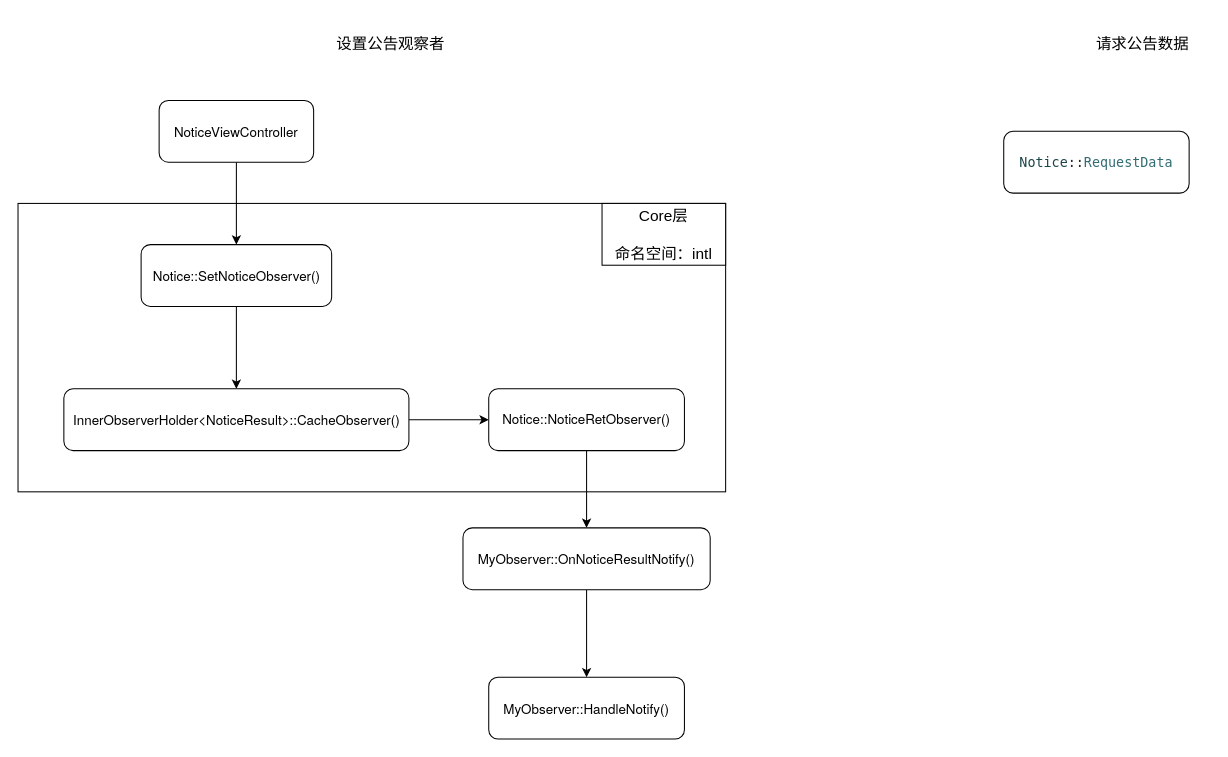
This is INTL SDK Notice Module.drawio from star-j/Flowchart, a draw.io file, before an edit. Source tidied: cells renumbered, new cells numbered last; positions are measured from the earlier drawing's top-left corner, leaving out a move shared by most shapes. Both pictures are drawn from the tidied source at 103%, with x=0, y=0 at pixel (18, 18).
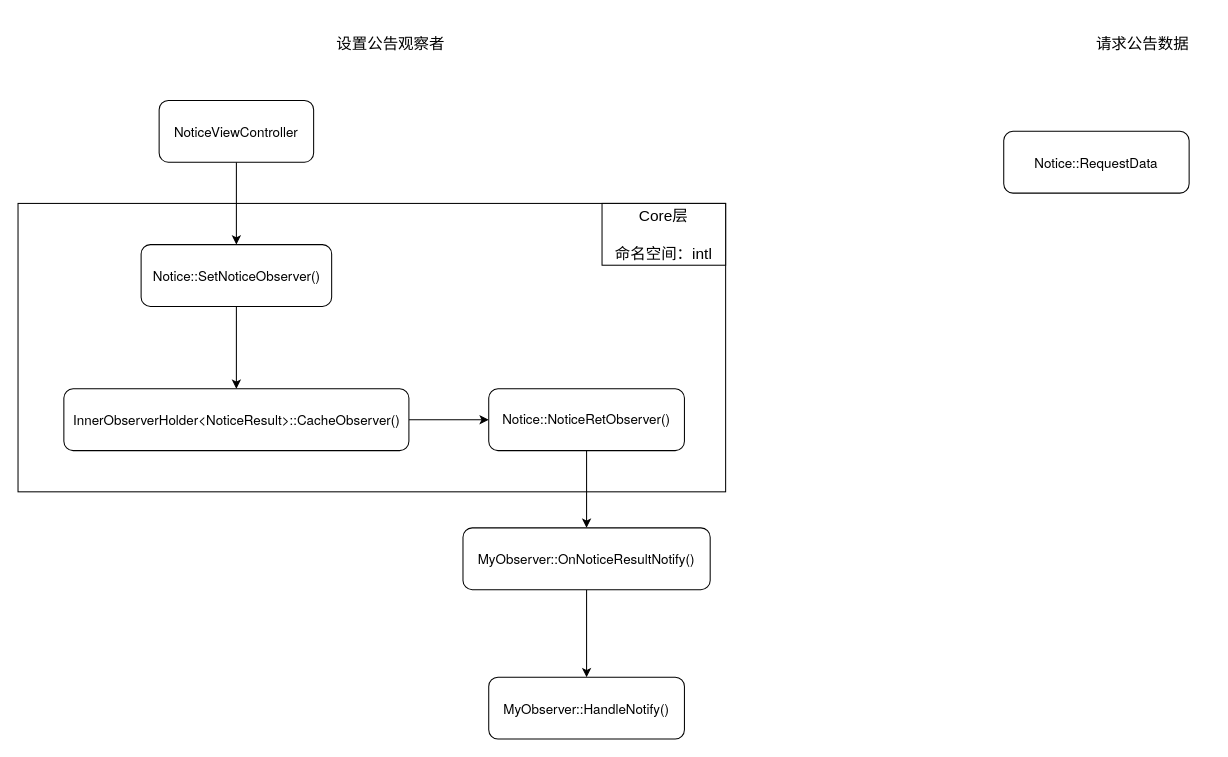
Above is the later version.

What changed in the source:
```diff
@@
 <mxGraphModel>
   <root>
     <mxCell id="0" />
     <mxCell id="1" parent="0" />
     <mxCell id="2" style="group;" parent="1" vertex="1">
       <mxGeometry y="180" width="687" height="280" as="geometry" />
     </mxCell>
     <mxCell id="3" style="rounded=0;whiteSpace=wrap;html=1;" parent="2" vertex="1">
       <mxGeometry width="687" height="280" as="geometry" />
     </mxCell>
     <mxCell id="4" value="&lt;font style=&quot;font-size: 15px&quot;&gt;Core层&lt;br&gt;&lt;br&gt;命名空间：intl&lt;/font&gt;" style="rounded=0;whiteSpace=wrap;html=1;" parent="2" vertex="1">
       <mxGeometry x="567" width="120" height="60" as="geometry" />
     </mxCell>
     <mxCell id="5" style="edgeStyle=orthogonalEdgeStyle;rounded=0;jettySize=auto;html=1;" parent="1" edge="1" source="6" target="8">
       <mxGeometry relative="1" as="geometry" />
     </mxCell>
     <mxCell id="6" value="&lt;p style=&quot;margin: 0px ; font-stretch: normal ; font-size: 13px ; line-height: normal ; font-family: &amp;#34;helvetica neue&amp;#34;&quot;&gt;NoticeViewController&lt;/p&gt;" style="rounded=1;whiteSpace=wrap;html=1;" parent="1" vertex="1">
       <mxGeometry x="137" y="80" width="150" height="60" as="geometry" />
     </mxCell>
     <mxCell id="7" style="edgeStyle=orthogonalEdgeStyle;rounded=0;jettySize=auto;html=1;" parent="1" edge="1" source="8" target="10">
       <mxGeometry relative="1" as="geometry" />
     </mxCell>
     <mxCell id="8" value="&lt;p style=&quot;margin: 0px ; font-stretch: normal ; font-size: 13px ; line-height: normal ; font-family: &amp;#34;helvetica neue&amp;#34;&quot;&gt;Notice::SetNoticeObserver()&lt;/p&gt;" style="whiteSpace=wrap;html=1;rounded=1;" parent="1" vertex="1">
       <mxGeometry x="119.5" y="220" width="185" height="60" as="geometry" />
     </mxCell>
     <mxCell id="9" style="edgeStyle=orthogonalEdgeStyle;rounded=0;jettySize=auto;html=1;" parent="1" edge="1" source="10" target="12">
       <mxGeometry relative="1" as="geometry" />
     </mxCell>
     <mxCell id="10" value="&lt;p style=&quot;margin: 0px ; font-stretch: normal ; font-size: 13px ; line-height: normal ; font-family: &amp;#34;helvetica neue&amp;#34;&quot;&gt;InnerObserverHolder&amp;lt;NoticeResult&amp;gt;::CacheObserver()&lt;/p&gt;" style="whiteSpace=wrap;html=1;rounded=1;" parent="1" vertex="1">
       <mxGeometry x="44.5" y="360" width="335" height="60" as="geometry" />
     </mxCell>
     <mxCell id="11" style="edgeStyle=orthogonalEdgeStyle;rounded=0;jettySize=auto;html=1;" parent="1" edge="1" source="12" target="14">
       <mxGeometry relative="1" as="geometry" />
     </mxCell>
     <mxCell id="12" value="&lt;span style=&quot;font-family: &amp;#34;helvetica neue&amp;#34; ; font-size: 13px&quot;&gt;Notice::NoticeRetObserver()&lt;/span&gt;" style="whiteSpace=wrap;html=1;rounded=1;" parent="1" vertex="1">
       <mxGeometry x="457" y="360" width="190" height="60" as="geometry" />
     </mxCell>
     <mxCell id="13" style="edgeStyle=orthogonalEdgeStyle;rounded=0;jettySize=auto;html=1;" parent="1" edge="1" source="14" target="15">
       <mxGeometry relative="1" as="geometry" />
     </mxCell>
     <mxCell id="14" value="&lt;p style=&quot;margin: 0px ; font-stretch: normal ; font-size: 13px ; line-height: normal ; font-family: &amp;#34;helvetica neue&amp;#34;&quot;&gt;MyObserver::OnNoticeResultNotify()&lt;/p&gt;" style="whiteSpace=wrap;html=1;rounded=1;" parent="1" vertex="1">
       <mxGeometry x="432" y="495" width="240" height="60" as="geometry" />
     </mxCell>
     <mxCell id="15" value="&lt;p style=&quot;margin: 0px ; font-stretch: normal ; font-size: 13px ; line-height: normal ; font-family: &amp;#34;helvetica neue&amp;#34;&quot;&gt;MyObserver::HandleNotify()&lt;/p&gt;" style="whiteSpace=wrap;html=1;rounded=1;" parent="1" vertex="1">
       <mxGeometry x="457" y="640" width="190" height="60" as="geometry" />
     </mxCell>
     <mxCell id="16" value="设置公告观察者" style="text;html=1;strokeColor=none;fillColor=none;align=center;verticalAlign=middle;whiteSpace=wrap;rounded=0;fontSize=15;" parent="1" vertex="1">
       <mxGeometry x="297" width="130" height="50" as="geometry" />
     </mxCell>
     <mxCell id="17" value="请求公告数据" style="text;html=1;strokeColor=none;fillColor=none;align=center;verticalAlign=middle;whiteSpace=wrap;rounded=0;fontSize=15;" parent="1" vertex="1">
       <mxGeometry x="1027" width="130" height="50" as="geometry" />
     </mxCell>
-    <mxCell id="18" value="&lt;p style=&quot;margin: 0px ; font-stretch: normal ; font-size: 13px ; line-height: normal ; font-family: &amp;#34;menlo&amp;#34; ; color: rgb(50 , 109 , 116) ; background-color: rgb(255 , 255 , 255)&quot;&gt;&lt;span style=&quot;color: #1c464a&quot;&gt;Notice&lt;/span&gt;&lt;span style=&quot;color: rgba(0 , 0 , 0 , 0.85)&quot;&gt;::&lt;/span&gt;RequestData&lt;/p&gt;" style="rounded=1;whiteSpace=wrap;html=1;fontSize=15;" parent="1" vertex="1">
+    <mxCell id="18" value="&lt;p style=&quot;margin: 0px ; font-stretch: normal ; font-size: 13px ; line-height: normal ; font-family: &amp;#34;helvetica neue&amp;#34;&quot;&gt;Notice::RequestData&lt;/p&gt;" style="rounded=1;whiteSpace=wrap;html=1;fontSize=15;" parent="1" vertex="1">
       <mxGeometry x="957" y="110" width="180" height="60" as="geometry" />
     </mxCell>
   </root>
 </mxGraphModel>
```
